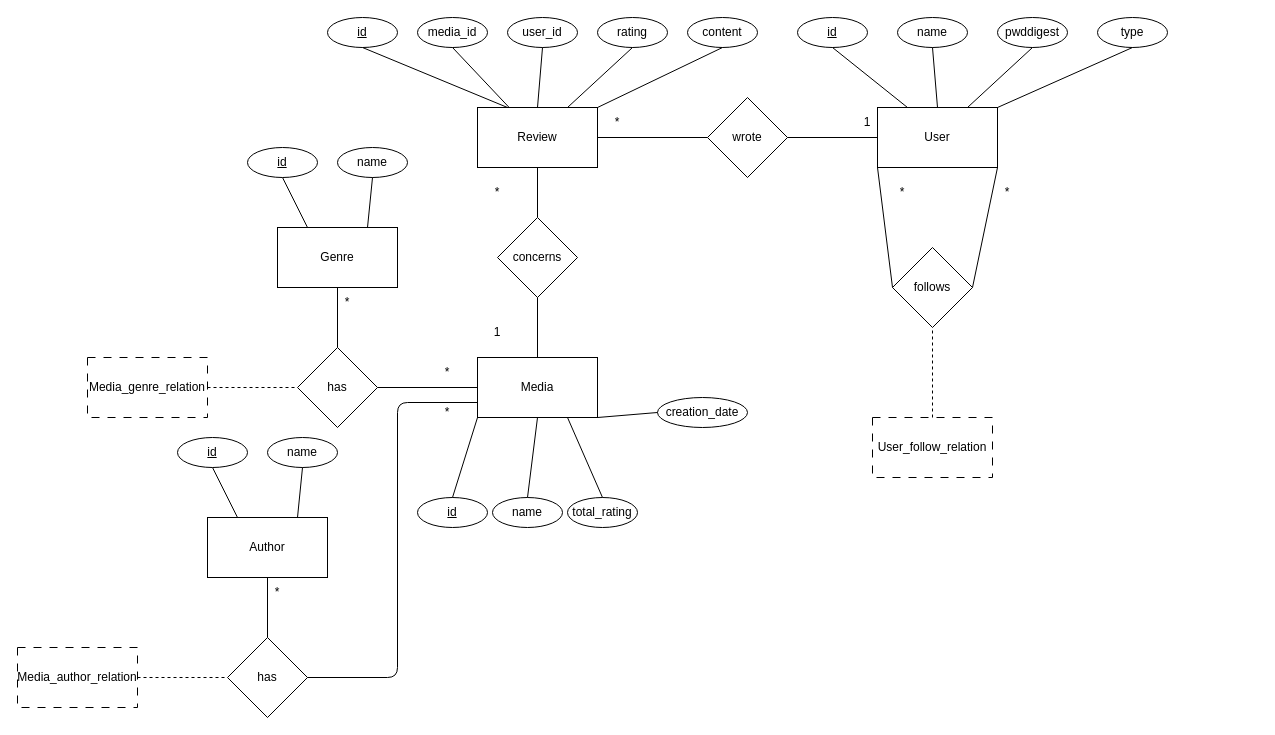
IceDops/slpws23 keeps this draw.io diagram as misc/er.drawio. Above is the earlier version. Source tidied: cells renumbered, new cells numbered last; positions are measured from the earlier drawing's top-left corner, leaving out a move shared by most shapes. Both pictures are drawn from the tidied source at 100%, with x=0, y=0 at pixel (17, 17).
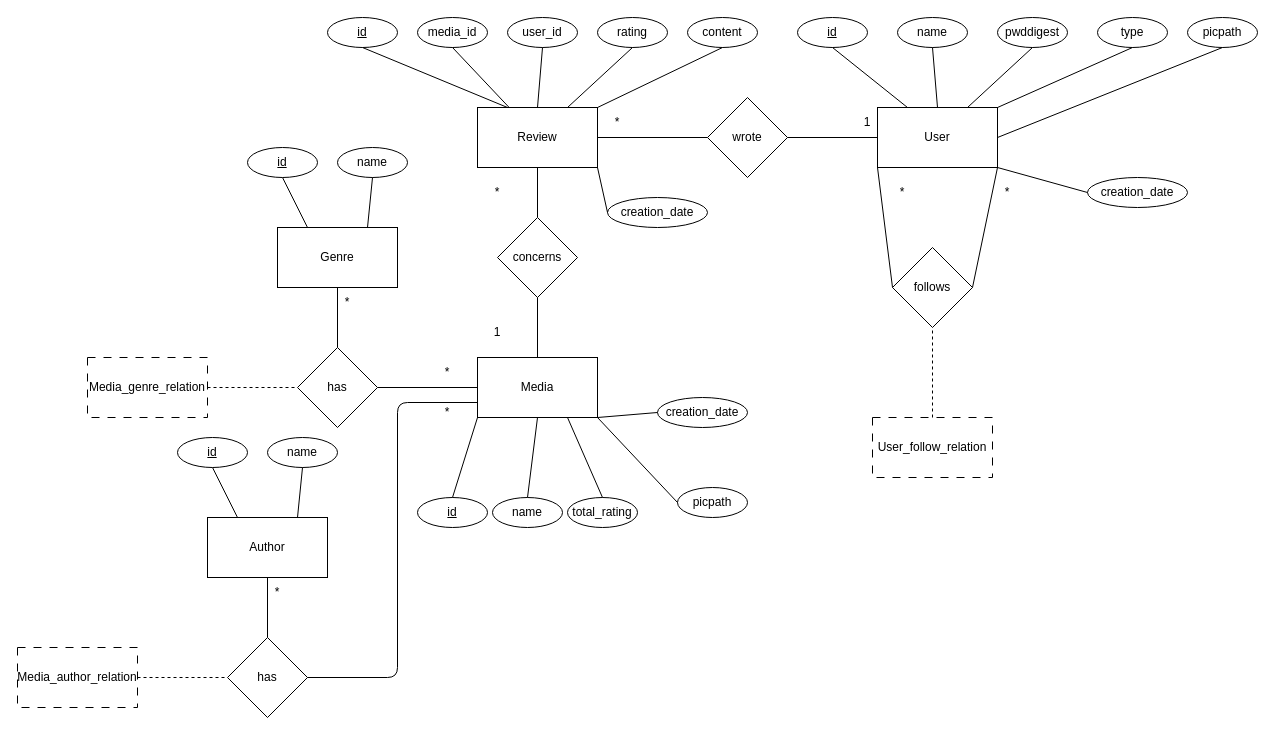
After the change.

The change refers to these unchanged cells:
```xml
<mxCell id="2" value="User" style="rounded=0;whiteSpace=wrap;html=1;" parent="1" vertex="1">
  <mxGeometry x="860" y="90" width="120" height="60" as="geometry" />
</mxCell>
<mxCell id="27" value="Media" style="rounded=0;whiteSpace=wrap;html=1;" parent="1" vertex="1">
  <mxGeometry x="460" y="340" width="120" height="60" as="geometry" />
</mxCell>
```

What changed in the source:
```diff
@@
+    <mxCell id="72" value="picpath" style="ellipse;whiteSpace=wrap;html=1;" parent="1" vertex="1">
+      <mxGeometry x="1170" width="70" height="30" as="geometry" />
+    </mxCell>
+    <mxCell id="73" style="endArrow=none;html=1;entryX=0.5;entryY=1;entryDx=0;entryDy=0;exitX=1;exitY=0.5;exitDx=0;exitDy=0;" parent="1" edge="1" source="2" target="72">
+      <mxGeometry relative="1" as="geometry" />
+    </mxCell>
+    <mxCell id="74" value="picpath" style="ellipse;whiteSpace=wrap;html=1;" parent="1" vertex="1">
+      <mxGeometry x="660" y="470" width="70" height="30" as="geometry" />
+    </mxCell>
+    <mxCell id="75" style="endArrow=none;html=1;entryX=0;entryY=0.5;entryDx=0;entryDy=0;exitX=1;exitY=1;exitDx=0;exitDy=0;" parent="1" edge="1" source="27" target="74">
+      <mxGeometry relative="1" as="geometry" />
+    </mxCell>
+    <mxCell id="76" value="creation_date" style="ellipse;whiteSpace=wrap;html=1;" parent="1" vertex="1">
+      <mxGeometry x="590" y="180" width="100" height="30" as="geometry" />
+    </mxCell>
+    <mxCell id="77" style="endArrow=none;html=1;entryX=0;entryY=0.5;entryDx=0;entryDy=0;exitX=1;exitY=0;exitDx=0;exitDy=0;" parent="1" edge="1" target="76">
+      <mxGeometry relative="1" as="geometry">
+        <mxPoint x="580" y="150" as="sourcePoint" />
+      </mxGeometry>
+    </mxCell>
+    <mxCell id="78" value="creation_date" style="ellipse;whiteSpace=wrap;html=1;" parent="1" vertex="1">
+      <mxGeometry x="1070" y="160" width="100" height="30" as="geometry" />
+    </mxCell>
+    <mxCell id="79" style="endArrow=none;html=1;entryX=0;entryY=0.5;entryDx=0;entryDy=0;exitX=1;exitY=1;exitDx=0;exitDy=0;" parent="1" edge="1" source="2" target="78">
+      <mxGeometry relative="1" as="geometry" />
+    </mxCell>
```
